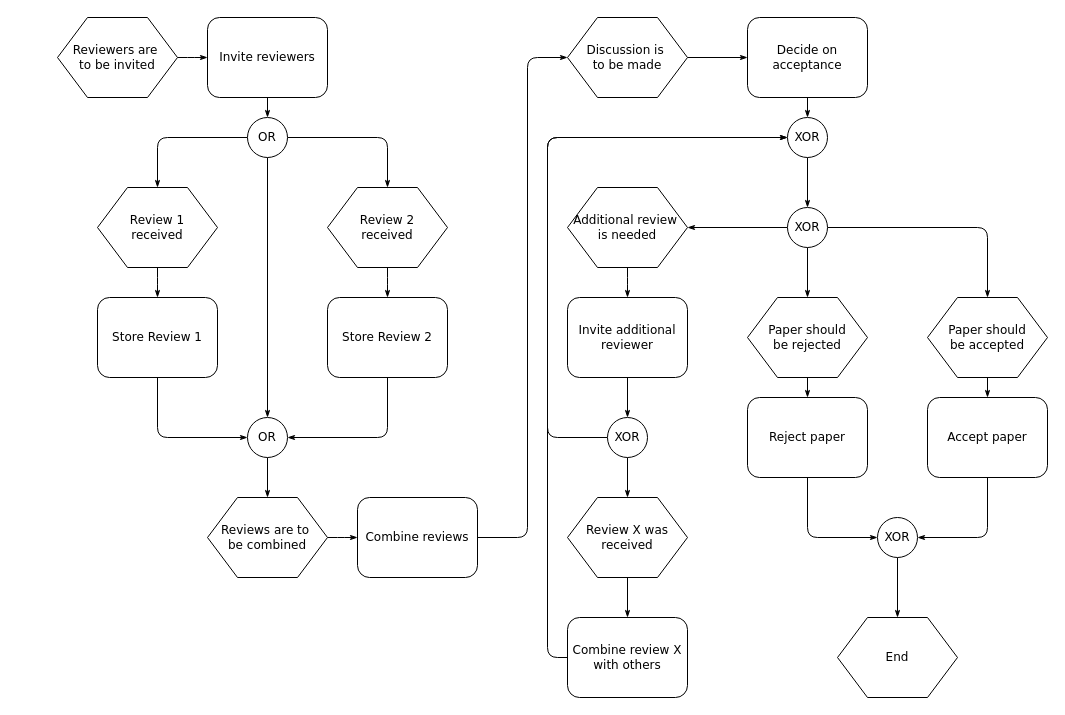
The draw.io diagram 未命名绘图.drawio in z360394624/design, before the edit. Source tidied: cells renumbered, new cells numbered last; positions are measured from the earlier drawing's top-left corner, leaving out a move shared by most shapes. Both pictures are drawn from the tidied source at 100%, with x=0, y=0 at pixel (57, 17).
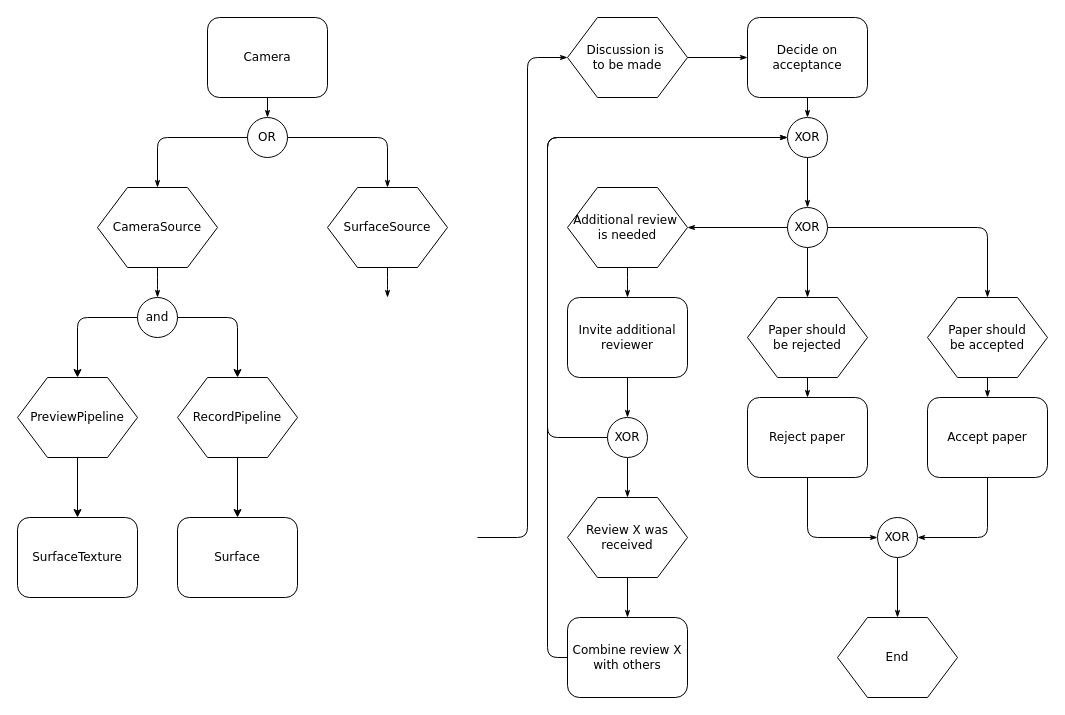
After the change.

The change refers to these unchanged cells:
```xml
<mxCell id="9" value="OR" style="ellipse;whiteSpace=wrap;html=1;rounded=1;shadow=0;labelBackgroundColor=none;strokeWidth=1;fontFamily=Verdana;fontSize=12;align=center;" parent="1" vertex="1">
  <mxGeometry x="190" y="100" width="40" height="40" as="geometry" />
</mxCell>
<mxCell id="25" value="Discussion is&amp;nbsp;&lt;div&gt;to be made&lt;/div&gt;" style="shape=hexagon;perimeter=hexagonPerimeter;whiteSpace=wrap;html=1;rounded=0;shadow=0;labelBackgroundColor=none;strokeWidth=1;fontFamily=Verdana;fontSize=12;align=center;" parent="1" vertex="1">
  <mxGeometry x="510" width="120" height="80" as="geometry" />
</mxCell>
```

Change to the diagram source:
```diff
@@
-    <mxCell id="2" style="edgeStyle=orthogonalEdgeStyle;rounded=1;html=1;labelBackgroundColor=none;startArrow=none;startFill=0;startSize=5;endArrow=classicThin;endFill=1;endSize=5;jettySize=auto;strokeWidth=1;fontFamily=Verdana;fontSize=8;" parent="1" edge="1" source="3" target="5">
-      <mxGeometry relative="1" as="geometry" />
-    </mxCell>
-    <mxCell id="3" value="Reviewers are&amp;nbsp;&lt;div&gt;to&amp;nbsp;&lt;span&gt;be invited&lt;/span&gt;&lt;/div&gt;" style="shape=hexagon;perimeter=hexagonPerimeter;whiteSpace=wrap;html=1;rounded=0;shadow=0;labelBackgroundColor=none;strokeWidth=1;fontFamily=Verdana;fontSize=12;align=center;" parent="1" vertex="1">
-      <mxGeometry width="120" height="80" as="geometry" />
-    </mxCell>
@@
-    <mxCell id="5" value="Invite reviewers" style="rounded=1;whiteSpace=wrap;html=1;shadow=0;labelBackgroundColor=none;strokeWidth=1;fontFamily=Verdana;fontSize=12;align=center;" parent="1" vertex="1">
+    <mxCell id="5" value="Camera" style="rounded=1;whiteSpace=wrap;html=1;shadow=0;labelBackgroundColor=none;strokeWidth=1;fontFamily=Verdana;fontSize=12;align=center;" parent="1" vertex="1">
       <mxGeometry x="150" width="120" height="80" as="geometry" />
     </mxCell>
@@
-    <mxCell id="8" style="edgeStyle=orthogonalEdgeStyle;rounded=1;html=1;labelBackgroundColor=none;startArrow=none;startFill=0;startSize=5;endArrow=classicThin;endFill=1;endSize=5;jettySize=auto;strokeWidth=1;fontFamily=Verdana;fontSize=12;" parent="1" edge="1" source="9" target="19">
-      <mxGeometry relative="1" as="geometry" />
-    </mxCell>
@@
-    <mxCell id="10" style="edgeStyle=orthogonalEdgeStyle;rounded=1;html=1;labelBackgroundColor=none;startArrow=none;startFill=0;startSize=5;endArrow=classicThin;endFill=1;endSize=5;jettySize=auto;strokeWidth=1;fontFamily=Verdana;fontSize=8;" parent="1" edge="1" source="11" target="15">
-      <mxGeometry relative="1" as="geometry" />
+    <mxCell id="10" style="edgeStyle=orthogonalEdgeStyle;rounded=1;html=1;labelBackgroundColor=none;startArrow=none;startFill=0;startSize=5;endArrow=classicThin;endFill=1;endSize=5;jettySize=auto;strokeWidth=1;fontFamily=Verdana;fontSize=8;" parent="1" edge="1" source="11">
+      <mxGeometry relative="1" as="geometry">
+        <mxPoint x="100" y="280" as="targetPoint" />
+      </mxGeometry>
     </mxCell>
-    <mxCell id="11" value="Review 1&lt;div&gt;received&lt;/div&gt;" style="shape=hexagon;perimeter=hexagonPerimeter;whiteSpace=wrap;html=1;rounded=0;shadow=0;labelBackgroundColor=none;strokeWidth=1;fontFamily=Verdana;fontSize=12;align=center;" parent="1" vertex="1">
+    <mxCell id="11" value="CameraSource" style="shape=hexagon;perimeter=hexagonPerimeter;whiteSpace=wrap;html=1;rounded=0;shadow=0;labelBackgroundColor=none;strokeWidth=1;fontFamily=Verdana;fontSize=12;align=center;" parent="1" vertex="1">
       <mxGeometry x="40" y="170" width="120" height="80" as="geometry" />
     </mxCell>
-    <mxCell id="12" style="edgeStyle=orthogonalEdgeStyle;rounded=1;html=1;labelBackgroundColor=none;startArrow=none;startFill=0;startSize=5;endArrow=classicThin;endFill=1;endSize=5;jettySize=auto;strokeWidth=1;fontFamily=Verdana;fontSize=8;" parent="1" edge="1" source="13" target="17">
-      <mxGeometry relative="1" as="geometry" />
+    <mxCell id="12" style="edgeStyle=orthogonalEdgeStyle;rounded=1;html=1;labelBackgroundColor=none;startArrow=none;startFill=0;startSize=5;endArrow=classicThin;endFill=1;endSize=5;jettySize=auto;strokeWidth=1;fontFamily=Verdana;fontSize=8;" parent="1" edge="1" source="13">
+      <mxGeometry relative="1" as="geometry">
+        <mxPoint x="330" y="280" as="targetPoint" />
+      </mxGeometry>
     </mxCell>
-    <mxCell id="13" value="Review 2&lt;div&gt;received&lt;/div&gt;" style="shape=hexagon;perimeter=hexagonPerimeter;whiteSpace=wrap;html=1;rounded=0;shadow=0;labelBackgroundColor=none;strokeWidth=1;fontFamily=Verdana;fontSize=12;align=center;" parent="1" vertex="1">
+    <mxCell id="13" value="SurfaceSource" style="shape=hexagon;perimeter=hexagonPerimeter;whiteSpace=wrap;html=1;rounded=0;shadow=0;labelBackgroundColor=none;strokeWidth=1;fontFamily=Verdana;fontSize=12;align=center;" parent="1" vertex="1">
       <mxGeometry x="270" y="170" width="120" height="80" as="geometry" />
     </mxCell>
-    <mxCell id="14" style="edgeStyle=orthogonalEdgeStyle;rounded=1;html=1;labelBackgroundColor=none;startArrow=none;startFill=0;startSize=5;endArrow=classicThin;endFill=1;endSize=5;jettySize=auto;strokeWidth=1;fontFamily=Verdana;fontSize=8;" parent="1" edge="1" source="15" target="19">
-      <mxGeometry relative="1" as="geometry">
-        <Array as="points">
-          <mxPoint x="100" y="420" />
-        </Array>
-      </mxGeometry>
-    </mxCell>
-    <mxCell id="15" value="Store Review 1" style="rounded=1;whiteSpace=wrap;html=1;shadow=0;labelBackgroundColor=none;strokeWidth=1;fontFamily=Verdana;fontSize=12;align=center;" parent="1" vertex="1">
-      <mxGeometry x="40" y="280" width="120" height="80" as="geometry" />
-    </mxCell>
-    <mxCell id="16" style="edgeStyle=orthogonalEdgeStyle;rounded=1;html=1;labelBackgroundColor=none;startArrow=none;startFill=0;startSize=5;endArrow=classicThin;endFill=1;endSize=5;jettySize=auto;strokeWidth=1;fontFamily=Verdana;fontSize=8;" parent="1" edge="1" source="17" target="19">
-      <mxGeometry relative="1" as="geometry">
-        <Array as="points">
-          <mxPoint x="330" y="420" />
-        </Array>
-      </mxGeometry>
-    </mxCell>
-    <mxCell id="17" value="Store Review 2" style="rounded=1;whiteSpace=wrap;html=1;shadow=0;labelBackgroundColor=none;strokeWidth=1;fontFamily=Verdana;fontSize=12;align=center;" parent="1" vertex="1">
-      <mxGeometry x="270" y="280" width="120" height="80" as="geometry" />
-    </mxCell>
-    <mxCell id="18" style="edgeStyle=orthogonalEdgeStyle;rounded=1;html=1;labelBackgroundColor=none;startArrow=none;startFill=0;startSize=5;endArrow=classicThin;endFill=1;endSize=5;jettySize=auto;strokeWidth=1;fontFamily=Verdana;fontSize=8;" parent="1" edge="1" source="19" target="21">
-      <mxGeometry relative="1" as="geometry" />
-    </mxCell>
-    <mxCell id="19" value="OR" style="ellipse;whiteSpace=wrap;html=1;rounded=1;shadow=0;labelBackgroundColor=none;strokeWidth=1;fontFamily=Verdana;fontSize=12;align=center;" parent="1" vertex="1">
-      <mxGeometry x="190" y="400" width="40" height="40" as="geometry" />
-    </mxCell>
-    <mxCell id="20" style="edgeStyle=orthogonalEdgeStyle;rounded=1;html=1;labelBackgroundColor=none;startArrow=none;startFill=0;startSize=5;endArrow=classicThin;endFill=1;endSize=5;jettySize=auto;strokeWidth=1;fontFamily=Verdana;fontSize=8;" parent="1" edge="1" source="21" target="23">
-      <mxGeometry relative="1" as="geometry" />
-    </mxCell>
-    <mxCell id="21" value="Reviews are to&amp;nbsp;&lt;div&gt;be combined&lt;/div&gt;" style="shape=hexagon;perimeter=hexagonPerimeter;whiteSpace=wrap;html=1;rounded=0;shadow=0;labelBackgroundColor=none;strokeWidth=1;fontFamily=Verdana;fontSize=12;align=center;" parent="1" vertex="1">
-      <mxGeometry x="150" y="480" width="120" height="80" as="geometry" />
-    </mxCell>
-    <mxCell id="22" style="edgeStyle=orthogonalEdgeStyle;rounded=1;html=1;labelBackgroundColor=none;startArrow=none;startFill=0;startSize=5;endArrow=classicThin;endFill=1;endSize=5;jettySize=auto;strokeWidth=1;fontFamily=Verdana;fontSize=8;" parent="1" edge="1" source="23" target="25">
+    <mxCell id="22" style="edgeStyle=orthogonalEdgeStyle;rounded=1;html=1;labelBackgroundColor=none;startArrow=none;startFill=0;startSize=5;endArrow=classicThin;endFill=1;endSize=5;jettySize=auto;strokeWidth=1;fontFamily=Verdana;fontSize=8;" parent="1" edge="1" target="25">
       <mxGeometry relative="1" as="geometry">
+        <mxPoint x="420" y="520" as="sourcePoint" />
         <Array as="points">
           <mxPoint x="470" y="520" />
           <mxPoint x="470" y="40" />
         </Array>
       </mxGeometry>
     </mxCell>
-    <mxCell id="23" value="Combine reviews" style="rounded=1;whiteSpace=wrap;html=1;shadow=0;labelBackgroundColor=none;strokeWidth=1;fontFamily=Verdana;fontSize=12;align=center;" parent="1" vertex="1">
-      <mxGeometry x="300" y="480" width="120" height="80" as="geometry" />
-    </mxCell>
@@
+    <mxCell id="56" style="edgeStyle=orthogonalEdgeStyle;rounded=1;jettySize=auto;html=1;entryX=0.5;entryY=0;entryDx=0;entryDy=0;curved=0;" parent="1" edge="1" source="58" target="62">
+      <mxGeometry relative="1" as="geometry">
+        <Array as="points">
+          <mxPoint x="180" y="300" />
+        </Array>
+      </mxGeometry>
+    </mxCell>
+    <mxCell id="57" style="edgeStyle=orthogonalEdgeStyle;rounded=1;jettySize=auto;html=1;entryX=0.5;entryY=0;entryDx=0;entryDy=0;curved=0;" parent="1" edge="1" source="58" target="60">
+      <mxGeometry relative="1" as="geometry">
+        <Array as="points">
+          <mxPoint x="20" y="300" />
+        </Array>
+      </mxGeometry>
+    </mxCell>
+    <mxCell id="58" value="and" style="ellipse;whiteSpace=wrap;html=1;rounded=1;shadow=0;labelBackgroundColor=none;strokeWidth=1;fontFamily=Verdana;fontSize=12;align=center;" parent="1" vertex="1">
+      <mxGeometry x="80" y="280" width="40" height="40" as="geometry" />
+    </mxCell>
+    <mxCell id="59" style="edgeStyle=orthogonalEdgeStyle;rounded=0;jettySize=auto;html=1;" parent="1" edge="1" source="60" target="63">
+      <mxGeometry relative="1" as="geometry" />
+    </mxCell>
+    <mxCell id="60" value="PreviewPipeline" style="shape=hexagon;perimeter=hexagonPerimeter;whiteSpace=wrap;html=1;rounded=0;shadow=0;labelBackgroundColor=none;strokeWidth=1;fontFamily=Verdana;fontSize=12;align=center;" parent="1" vertex="1">
+      <mxGeometry x="-40" y="360" width="120" height="80" as="geometry" />
+    </mxCell>
+    <mxCell id="61" style="edgeStyle=orthogonalEdgeStyle;rounded=0;jettySize=auto;html=1;" parent="1" edge="1" source="62" target="64">
+      <mxGeometry relative="1" as="geometry" />
+    </mxCell>
+    <mxCell id="62" value="RecordPipeline" style="shape=hexagon;perimeter=hexagonPerimeter;whiteSpace=wrap;html=1;rounded=0;shadow=0;labelBackgroundColor=none;strokeWidth=1;fontFamily=Verdana;fontSize=12;align=center;" parent="1" vertex="1">
+      <mxGeometry x="120" y="360" width="120" height="80" as="geometry" />
+    </mxCell>
+    <mxCell id="63" value="SurfaceTexture" style="rounded=1;whiteSpace=wrap;html=1;shadow=0;labelBackgroundColor=none;strokeWidth=1;fontFamily=Verdana;fontSize=12;align=center;" parent="1" vertex="1">
+      <mxGeometry x="-40" y="500" width="120" height="80" as="geometry" />
+    </mxCell>
+    <mxCell id="64" value="Surface" style="rounded=1;whiteSpace=wrap;html=1;shadow=0;labelBackgroundColor=none;strokeWidth=1;fontFamily=Verdana;fontSize=12;align=center;" parent="1" vertex="1">
+      <mxGeometry x="120" y="500" width="120" height="80" as="geometry" />
+    </mxCell>
```
